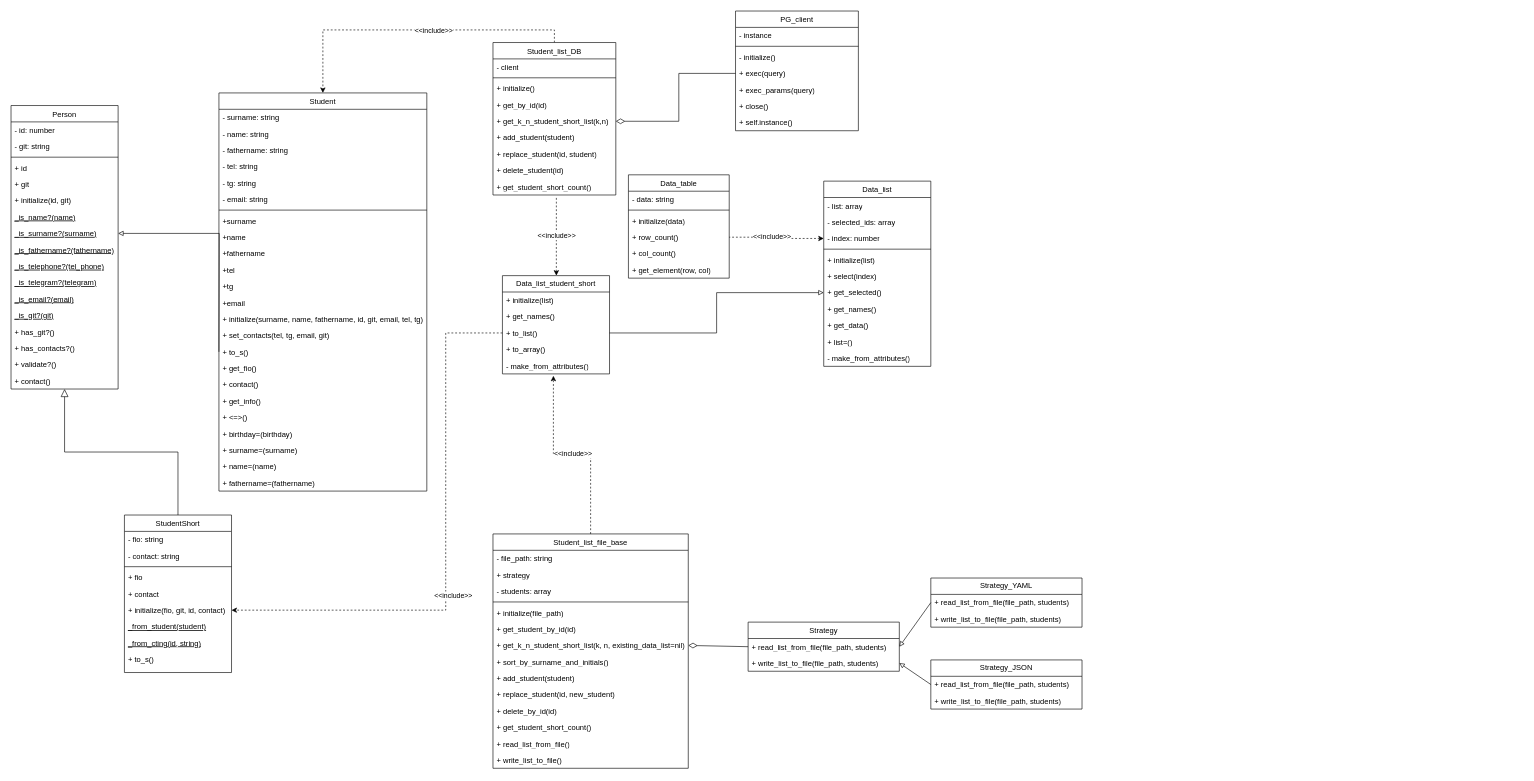
This is Lab_Students/resources/diagrams/Class Diagram.drawio from lububuska/design_patterns, a draw.io file, before an edit. Source tidied: cells renumbered, new cells numbered last; positions are measured from the earlier drawing's top-left corner, leaving out a move shared by most shapes. Both pictures are drawn from the tidied source at 63%, with x=0, y=0 at pixel (11, 11).
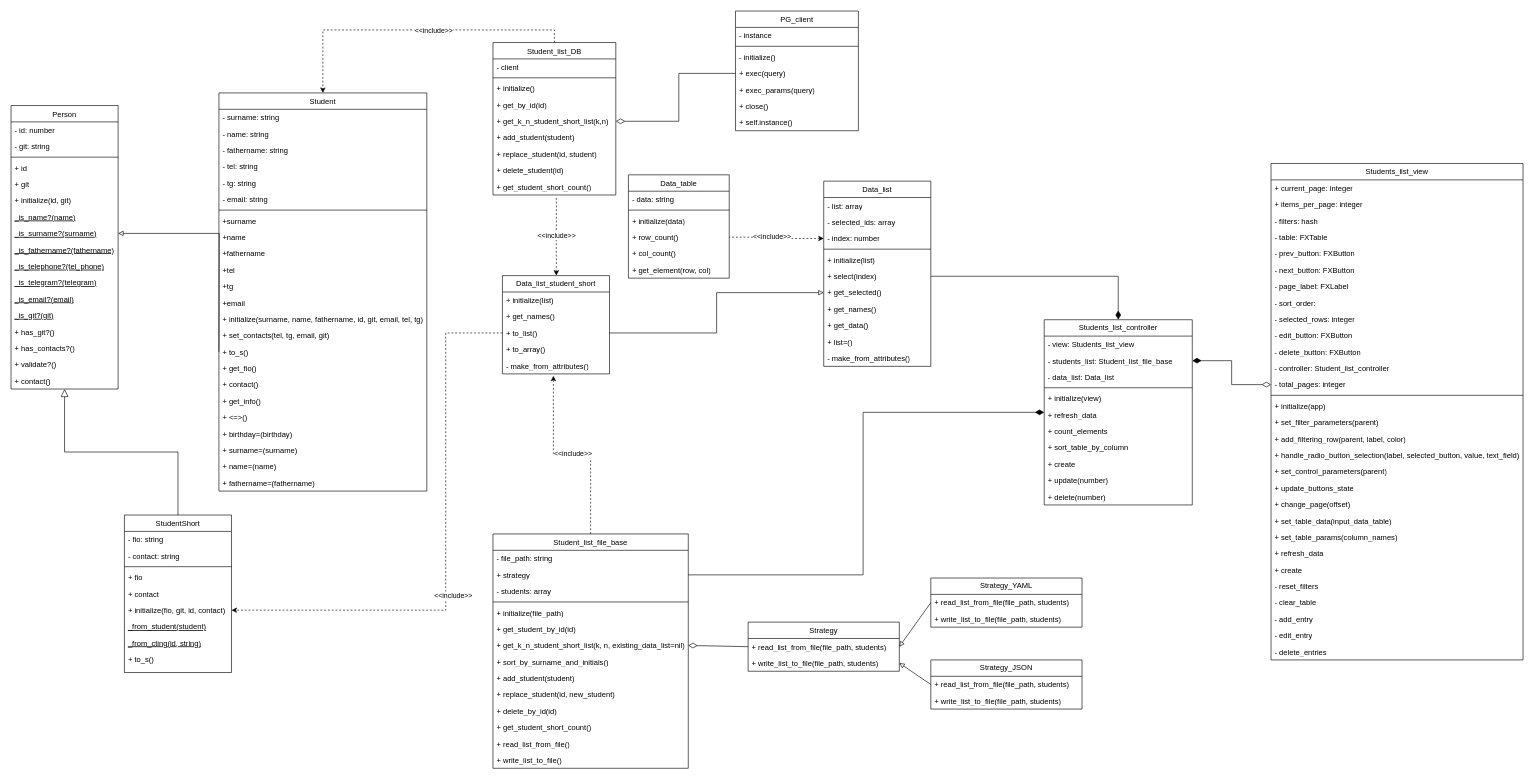
After the change.

Commit message (it also covers changes not shown here):
lab 5 task 5.1.4-5 update class diagram and add sequence diagram

Unchanged cells that the change refers to:
```xml
<mxCell id="71" value="+ select(index)" style="text;strokeColor=none;fillColor=none;align=left;verticalAlign=top;spacingLeft=4;spacingRight=4;overflow=hidden;points=[[0,0.5],[1,0.5]];portConstraint=eastwest;whiteSpace=wrap;html=1;" parent="65" vertex="1">
  <mxGeometry y="138" width="170" height="26" as="geometry" />
</mxCell>
<mxCell id="90" value="+ strategy" style="text;strokeColor=none;fillColor=none;align=left;verticalAlign=top;spacingLeft=4;spacingRight=4;overflow=hidden;points=[[0,0.5],[1,0.5]];portConstraint=eastwest;whiteSpace=wrap;html=1;" parent="88" vertex="1">
  <mxGeometry y="52" width="310" height="26" as="geometry" />
</mxCell>
```

Change to the diagram source:
```diff
@@
+    <mxCell id="137" value="Students_list_controller" style="swimlane;fontStyle=0;horizontal=1;startSize=26;fillColor=none;whiteSpace=wrap;html=1;" parent="1" vertex="1">
+      <mxGeometry x="1640" y="490" width="235" height="294" as="geometry" />
+    </mxCell>
+    <mxCell id="138" value="- view: Students_list_view" style="text;strokeColor=none;fillColor=none;align=left;verticalAlign=top;spacingLeft=4;spacingRight=4;overflow=hidden;whiteSpace=wrap;html=1;" parent="137" vertex="1">
+      <mxGeometry y="26" width="235" height="26" as="geometry" />
+    </mxCell>
+    <mxCell id="139" value="- students_list: Student_list_file_base" style="text;strokeColor=none;fillColor=none;align=left;verticalAlign=top;spacingLeft=4;spacingRight=4;overflow=hidden;points=[[0,0.5],[1,0.5]];portConstraint=eastwest;whiteSpace=wrap;html=1;" parent="137" vertex="1">
+      <mxGeometry y="52" width="235" height="26" as="geometry" />
+    </mxCell>
+    <mxCell id="140" value="- data_list: Data_list" style="text;strokeColor=none;fillColor=none;align=left;verticalAlign=top;spacingLeft=4;spacingRight=4;overflow=hidden;whiteSpace=wrap;html=1;" parent="137" vertex="1">
+      <mxGeometry y="78" width="235" height="26" as="geometry" />
+    </mxCell>
+    <mxCell id="141" style="line;strokeWidth=1;fillColor=none;align=left;verticalAlign=middle;spacingTop=-1;spacingLeft=3;spacingRight=3;labelPosition=right;strokeColor=inherit;" parent="137" vertex="1">
+      <mxGeometry y="104" width="235" height="8" as="geometry" />
+    </mxCell>
+    <mxCell id="142" value="+ initialize(view)" style="text;strokeColor=none;fillColor=none;align=left;verticalAlign=top;spacingLeft=4;spacingRight=4;overflow=hidden;whiteSpace=wrap;html=1;" parent="137" vertex="1">
+      <mxGeometry y="112" width="235" height="26" as="geometry" />
+    </mxCell>
+    <mxCell id="143" value="+ refresh_data" style="text;strokeColor=none;fillColor=none;align=left;verticalAlign=top;spacingLeft=4;spacingRight=4;overflow=hidden;whiteSpace=wrap;html=1;" parent="137" vertex="1">
+      <mxGeometry y="138" width="235" height="26" as="geometry" />
+    </mxCell>
+    <mxCell id="144" value="+ count_elements" style="text;strokeColor=none;fillColor=none;align=left;verticalAlign=top;spacingLeft=4;spacingRight=4;overflow=hidden;whiteSpace=wrap;html=1;" parent="137" vertex="1">
+      <mxGeometry y="164" width="235" height="26" as="geometry" />
+    </mxCell>
+    <mxCell id="145" value="+ sort_table_by_column" style="text;strokeColor=none;fillColor=none;align=left;verticalAlign=top;spacingLeft=4;spacingRight=4;overflow=hidden;whiteSpace=wrap;html=1;" parent="137" vertex="1">
+      <mxGeometry y="190" width="235" height="26" as="geometry" />
+    </mxCell>
+    <mxCell id="146" value="+ create" style="text;strokeColor=none;fillColor=none;align=left;verticalAlign=top;spacingLeft=4;spacingRight=4;overflow=hidden;whiteSpace=wrap;html=1;" parent="137" vertex="1">
+      <mxGeometry y="216" width="235" height="26" as="geometry" />
+    </mxCell>
+    <mxCell id="147" value="+ update(number)" style="text;strokeColor=none;fillColor=none;align=left;verticalAlign=top;spacingLeft=4;spacingRight=4;overflow=hidden;whiteSpace=wrap;html=1;" parent="137" vertex="1">
+      <mxGeometry y="242" width="235" height="26" as="geometry" />
+    </mxCell>
+    <mxCell id="148" value="+ delete(number)" style="text;strokeColor=none;fillColor=none;align=left;verticalAlign=top;spacingLeft=4;spacingRight=4;overflow=hidden;whiteSpace=wrap;html=1;" parent="137" vertex="1">
+      <mxGeometry y="268" width="235" height="26" as="geometry" />
+    </mxCell>
+    <mxCell id="149" style="edgeStyle=orthogonalEdgeStyle;rounded=0;jettySize=auto;html=1;exitX=1;exitY=0.5;exitDx=0;exitDy=0;entryX=0;entryY=0.5;entryDx=0;entryDy=0;endArrow=diamondThin;endFill=1;endSize=12;" parent="1" edge="1" source="90" target="137">
+      <mxGeometry relative="1" as="geometry" />
+    </mxCell>
+    <mxCell id="150" style="edgeStyle=orthogonalEdgeStyle;rounded=0;jettySize=auto;html=1;exitX=1;exitY=0.5;exitDx=0;exitDy=0;entryX=0.5;entryY=0;entryDx=0;entryDy=0;endSize=12;endArrow=diamondThin;endFill=1;" parent="1" edge="1" source="71" target="137">
+      <mxGeometry relative="1" as="geometry" />
+    </mxCell>
+    <mxCell id="151" value="Students_list_view" style="swimlane;fontStyle=0;horizontal=1;startSize=26;fillColor=none;whiteSpace=wrap;html=1;" parent="1" vertex="1">
+      <mxGeometry x="2000" y="242" width="400" height="788" as="geometry" />
+    </mxCell>
+    <mxCell id="152" value="+ current_page: integer" style="text;strokeColor=none;fillColor=none;align=left;verticalAlign=top;spacingLeft=4;spacingRight=4;overflow=hidden;whiteSpace=wrap;html=1;" parent="151" vertex="1">
+      <mxGeometry y="26" width="400" height="26" as="geometry" />
+    </mxCell>
+    <mxCell id="153" value="+ items_per_page: integer" style="text;strokeColor=none;fillColor=none;align=left;verticalAlign=top;spacingLeft=4;spacingRight=4;overflow=hidden;whiteSpace=wrap;html=1;" parent="151" vertex="1">
+      <mxGeometry y="52" width="400" height="26" as="geometry" />
+    </mxCell>
+    <mxCell id="154" value="- filters: hash" style="text;strokeColor=none;fillColor=none;align=left;verticalAlign=top;spacingLeft=4;spacingRight=4;overflow=hidden;whiteSpace=wrap;html=1;" parent="151" vertex="1">
+      <mxGeometry y="78" width="400" height="26" as="geometry" />
+    </mxCell>
+    <mxCell id="155" value="- table: FXTable" style="text;strokeColor=none;fillColor=none;align=left;verticalAlign=top;spacingLeft=4;spacingRight=4;overflow=hidden;whiteSpace=wrap;html=1;" parent="151" vertex="1">
+      <mxGeometry y="104" width="400" height="26" as="geometry" />
+    </mxCell>
+    <mxCell id="156" value="- prev_button: FXButton" style="text;strokeColor=none;fillColor=none;align=left;verticalAlign=top;spacingLeft=4;spacingRight=4;overflow=hidden;whiteSpace=wrap;html=1;" parent="151" vertex="1">
+      <mxGeometry y="130" width="400" height="26" as="geometry" />
+    </mxCell>
+    <mxCell id="157" value="- next_button: FXButton" style="text;strokeColor=none;fillColor=none;align=left;verticalAlign=top;spacingLeft=4;spacingRight=4;overflow=hidden;whiteSpace=wrap;html=1;" parent="151" vertex="1">
+      <mxGeometry y="156" width="400" height="26" as="geometry" />
+    </mxCell>
+    <mxCell id="158" value="- page_label: FXLabel" style="text;strokeColor=none;fillColor=none;align=left;verticalAlign=top;spacingLeft=4;spacingRight=4;overflow=hidden;whiteSpace=wrap;html=1;" parent="151" vertex="1">
+      <mxGeometry y="182" width="400" height="26" as="geometry" />
+    </mxCell>
+    <mxCell id="159" value="- sort_order:" style="text;strokeColor=none;fillColor=none;align=left;verticalAlign=top;spacingLeft=4;spacingRight=4;overflow=hidden;whiteSpace=wrap;html=1;" parent="151" vertex="1">
+      <mxGeometry y="208" width="400" height="26" as="geometry" />
+    </mxCell>
+    <mxCell id="160" value="- selected_rows: integer" style="text;strokeColor=none;fillColor=none;align=left;verticalAlign=top;spacingLeft=4;spacingRight=4;overflow=hidden;whiteSpace=wrap;html=1;" parent="151" vertex="1">
+      <mxGeometry y="234" width="400" height="26" as="geometry" />
+    </mxCell>
+    <mxCell id="161" value="- edit_button: FXButton" style="text;strokeColor=none;fillColor=none;align=left;verticalAlign=top;spacingLeft=4;spacingRight=4;overflow=hidden;whiteSpace=wrap;html=1;" parent="151" vertex="1">
+      <mxGeometry y="260" width="400" height="26" as="geometry" />
+    </mxCell>
+    <mxCell id="162" value="- delete_button: FXButton" style="text;strokeColor=none;fillColor=none;align=left;verticalAlign=top;spacingLeft=4;spacingRight=4;overflow=hidden;whiteSpace=wrap;html=1;" parent="151" vertex="1">
+      <mxGeometry y="286" width="400" height="26" as="geometry" />
+    </mxCell>
+    <mxCell id="163" value="- controller: Student_list_controller" style="text;strokeColor=none;fillColor=none;align=left;verticalAlign=top;spacingLeft=4;spacingRight=4;overflow=hidden;whiteSpace=wrap;html=1;" parent="151" vertex="1">
+      <mxGeometry y="312" width="400" height="26" as="geometry" />
+    </mxCell>
+    <mxCell id="164" value="- total_pages: integer" style="text;strokeColor=none;fillColor=none;align=left;verticalAlign=top;spacingLeft=4;spacingRight=4;overflow=hidden;points=[[0,0.5],[1,0.5]];portConstraint=eastwest;whiteSpace=wrap;html=1;" parent="151" vertex="1">
+      <mxGeometry y="338" width="400" height="26" as="geometry" />
+    </mxCell>
+    <mxCell id="165" style="line;strokeWidth=1;fillColor=none;align=left;verticalAlign=middle;spacingTop=-1;spacingLeft=3;spacingRight=3;labelPosition=right;strokeColor=inherit;" parent="151" vertex="1">
+      <mxGeometry y="364" width="400" height="8" as="geometry" />
+    </mxCell>
+    <mxCell id="166" value="+ initialize(app)" style="text;strokeColor=none;fillColor=none;align=left;verticalAlign=top;spacingLeft=4;spacingRight=4;overflow=hidden;whiteSpace=wrap;html=1;" parent="151" vertex="1">
+      <mxGeometry y="372" width="400" height="26" as="geometry" />
+    </mxCell>
+    <mxCell id="167" value="+ set_filter_parameters(parent)" style="text;strokeColor=none;fillColor=none;align=left;verticalAlign=top;spacingLeft=4;spacingRight=4;overflow=hidden;whiteSpace=wrap;html=1;" parent="151" vertex="1">
+      <mxGeometry y="398" width="400" height="26" as="geometry" />
+    </mxCell>
+    <mxCell id="168" value="+ add_filtering_row(parent, label, color)" style="text;strokeColor=none;fillColor=none;align=left;verticalAlign=top;spacingLeft=4;spacingRight=4;overflow=hidden;whiteSpace=wrap;html=1;" parent="151" vertex="1">
+      <mxGeometry y="424" width="400" height="26" as="geometry" />
+    </mxCell>
+    <mxCell id="169" value="+ handle_radio_button_selection(label, selected_button, value, text_field)" style="text;strokeColor=none;fillColor=none;align=left;verticalAlign=top;spacingLeft=4;spacingRight=4;overflow=hidden;whiteSpace=wrap;html=1;" parent="151" vertex="1">
+      <mxGeometry y="450" width="400" height="26" as="geometry" />
+    </mxCell>
+    <mxCell id="170" value="+ set_control_parameters(parent)" style="text;strokeColor=none;fillColor=none;align=left;verticalAlign=top;spacingLeft=4;spacingRight=4;overflow=hidden;whiteSpace=wrap;html=1;" parent="151" vertex="1">
+      <mxGeometry y="476" width="400" height="26" as="geometry" />
+    </mxCell>
+    <mxCell id="171" value="+ update_buttons_state" style="text;strokeColor=none;fillColor=none;align=left;verticalAlign=top;spacingLeft=4;spacingRight=4;overflow=hidden;whiteSpace=wrap;html=1;" parent="151" vertex="1">
+      <mxGeometry y="502" width="400" height="26" as="geometry" />
+    </mxCell>
+    <mxCell id="172" value="+ change_page(offset)" style="text;strokeColor=none;fillColor=none;align=left;verticalAlign=top;spacingLeft=4;spacingRight=4;overflow=hidden;whiteSpace=wrap;html=1;" parent="151" vertex="1">
+      <mxGeometry y="528" width="400" height="26" as="geometry" />
+    </mxCell>
+    <mxCell id="173" value="+ set_table_data(input_data_table)" style="text;strokeColor=none;fillColor=none;align=left;verticalAlign=top;spacingLeft=4;spacingRight=4;overflow=hidden;whiteSpace=wrap;html=1;" parent="151" vertex="1">
+      <mxGeometry y="554" width="400" height="26" as="geometry" />
+    </mxCell>
+    <mxCell id="174" value="+ set_table_params(column_names)" style="text;strokeColor=none;fillColor=none;align=left;verticalAlign=top;spacingLeft=4;spacingRight=4;overflow=hidden;whiteSpace=wrap;html=1;" parent="151" vertex="1">
+      <mxGeometry y="580" width="400" height="26" as="geometry" />
+    </mxCell>
+    <mxCell id="175" value="+ refresh_data" style="text;strokeColor=none;fillColor=none;align=left;verticalAlign=top;spacingLeft=4;spacingRight=4;overflow=hidden;whiteSpace=wrap;html=1;" parent="151" vertex="1">
+      <mxGeometry y="606" width="400" height="26" as="geometry" />
+    </mxCell>
+    <mxCell id="176" value="+ create" style="text;strokeColor=none;fillColor=none;align=left;verticalAlign=top;spacingLeft=4;spacingRight=4;overflow=hidden;whiteSpace=wrap;html=1;" parent="151" vertex="1">
+      <mxGeometry y="632" width="400" height="26" as="geometry" />
+    </mxCell>
+    <mxCell id="177" value="- reset_filters" style="text;strokeColor=none;fillColor=none;align=left;verticalAlign=top;spacingLeft=4;spacingRight=4;overflow=hidden;whiteSpace=wrap;html=1;" parent="151" vertex="1">
+      <mxGeometry y="658" width="400" height="26" as="geometry" />
+    </mxCell>
+    <mxCell id="178" value="- clear_table" style="text;strokeColor=none;fillColor=none;align=left;verticalAlign=top;spacingLeft=4;spacingRight=4;overflow=hidden;whiteSpace=wrap;html=1;" parent="151" vertex="1">
+      <mxGeometry y="684" width="400" height="26" as="geometry" />
+    </mxCell>
+    <mxCell id="179" value="- add_entry" style="text;strokeColor=none;fillColor=none;align=left;verticalAlign=top;spacingLeft=4;spacingRight=4;overflow=hidden;whiteSpace=wrap;html=1;" parent="151" vertex="1">
+      <mxGeometry y="710" width="400" height="26" as="geometry" />
+    </mxCell>
+    <mxCell id="180" value="- edit_entry" style="text;strokeColor=none;fillColor=none;align=left;verticalAlign=top;spacingLeft=4;spacingRight=4;overflow=hidden;whiteSpace=wrap;html=1;" parent="151" vertex="1">
+      <mxGeometry y="736" width="400" height="26" as="geometry" />
+    </mxCell>
+    <mxCell id="181" value="- delete_entries" style="text;strokeColor=none;fillColor=none;align=left;verticalAlign=top;spacingLeft=4;spacingRight=4;overflow=hidden;whiteSpace=wrap;html=1;" parent="151" vertex="1">
+      <mxGeometry y="762" width="400" height="26" as="geometry" />
+    </mxCell>
+    <mxCell id="182" style="edgeStyle=orthogonalEdgeStyle;rounded=0;jettySize=auto;html=1;exitX=0;exitY=0.5;exitDx=0;exitDy=0;entryX=1;entryY=0.5;entryDx=0;entryDy=0;endArrow=diamondThin;endFill=1;endSize=12;startArrow=diamondThin;startFill=0;startSize=12;" parent="1" edge="1" source="164" target="139">
+      <mxGeometry relative="1" as="geometry" />
+    </mxCell>
```
